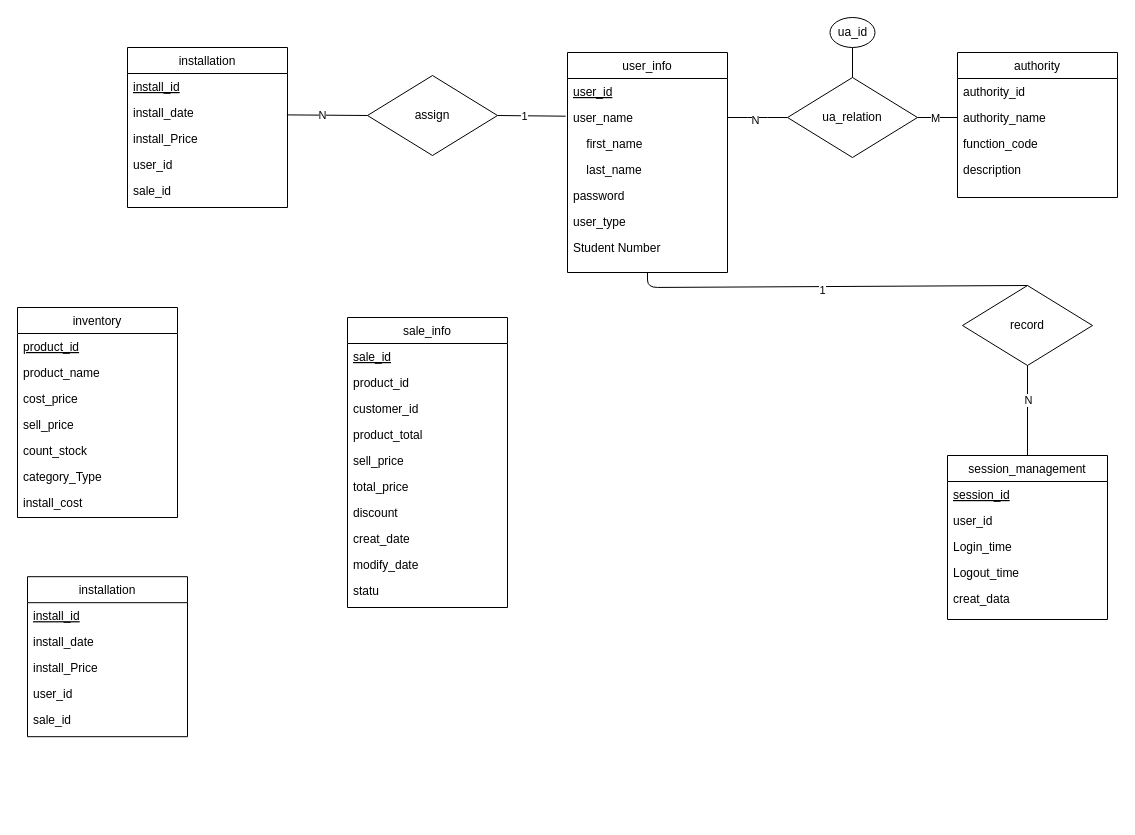
Above: Untitled Diagram.drawio in zjlqwe2/study (draw.io), before the change. Source tidied: cells renumbered, new cells numbered last; positions are measured from the earlier drawing's top-left corner, leaving out a move shared by most shapes. Both pictures are drawn from the tidied source at 100%, with x=0, y=0 at pixel (17, 17).
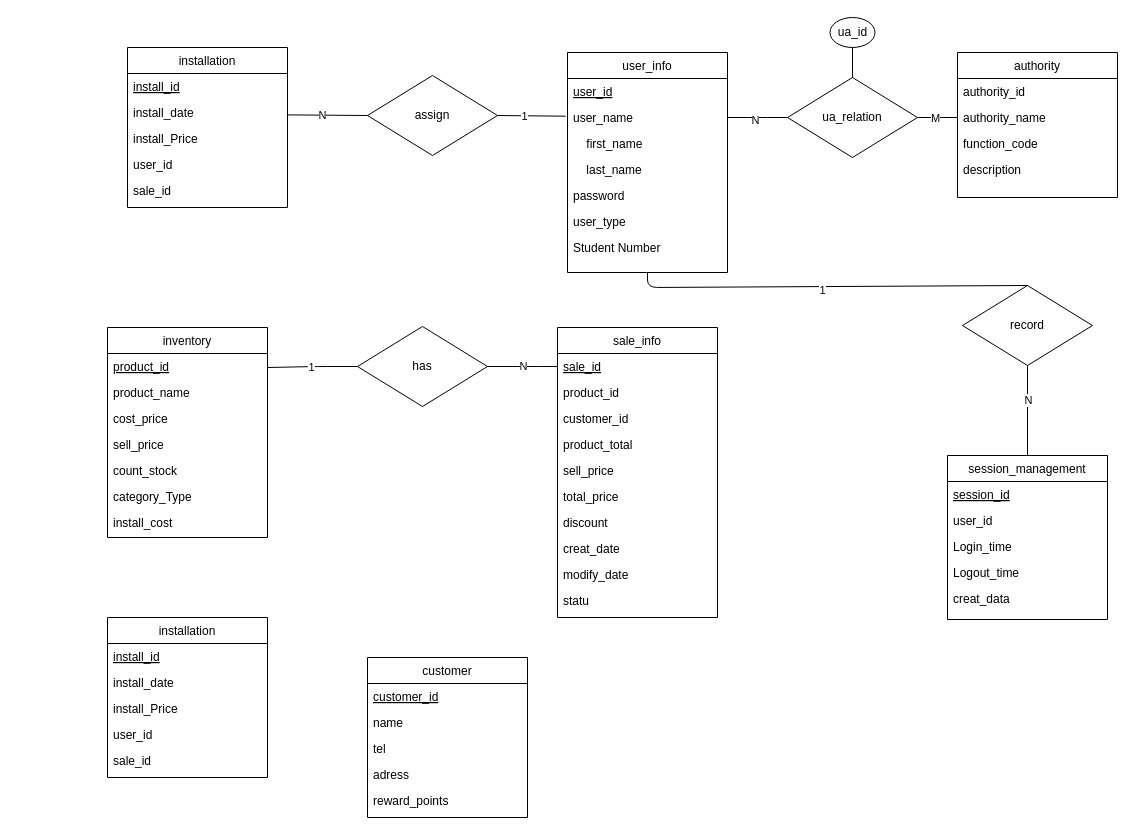
After the change.

Unchanged cells that the change refers to:
```xml
<mxCell id="45" value="sale_id" style="text;align=left;verticalAlign=top;spacingLeft=4;spacingRight=4;overflow=hidden;points=[[0,0.5],[1,0.5]];portConstraint=eastwest;fontStyle=4;" parent="44" vertex="1">
  <mxGeometry y="26" width="160" height="26" as="geometry" />
</mxCell>
```

Diff of the diagram source:
```diff
@@
     <mxCell id="44" value="sale_info" style="swimlane;fontStyle=0;align=center;verticalAlign=top;horizontal=1;startSize=26;rounded=0;shadow=0;strokeWidth=1;" parent="1" vertex="1">
-      <mxGeometry x="330" y="300" width="160" height="290" as="geometry" />
+      <mxGeometry x="540" y="310" width="160" height="290" as="geometry" />
     </mxCell>
@@
     <mxCell id="55" value="inventory" style="swimlane;fontStyle=0;align=center;verticalAlign=top;horizontal=1;startSize=26;rounded=0;shadow=0;strokeWidth=1;" parent="1" vertex="1">
-      <mxGeometry y="290" width="160" height="210" as="geometry" />
+      <mxGeometry x="90" y="310" width="160" height="210" as="geometry" />
     </mxCell>
@@
     <mxCell id="63" value="installation" style="swimlane;fontStyle=0;align=center;verticalAlign=top;horizontal=1;startSize=26;rounded=0;shadow=0;strokeWidth=1;" parent="1" vertex="1">
-      <mxGeometry x="10" y="559.2" width="160" height="160" as="geometry" />
+      <mxGeometry x="90" y="600" width="160" height="160" as="geometry" />
     </mxCell>
@@
+    <mxCell id="69" value="has" style="rhombus;whiteSpace=wrap;html=1;" parent="1" vertex="1">
+      <mxGeometry x="340" y="309" width="130" height="80" as="geometry" />
+    </mxCell>
+    <mxCell id="70" style="endArrow=none;html=1;rounded=1;strokeColor=default;exitX=1;exitY=0.5;exitDx=0;exitDy=0;entryX=0;entryY=0.5;entryDx=0;entryDy=0;" parent="1" edge="1" source="69" target="45">
+      <mxGeometry relative="1" as="geometry">
+        <Array as="points">
+          <mxPoint x="510" y="349" />
+        </Array>
+      </mxGeometry>
+    </mxCell>
+    <mxCell id="71" value="N" style="edgeLabel;html=1;align=center;verticalAlign=middle;" parent="70" vertex="1">
+      <mxGeometry x="-0.01" y="1" relative="1" as="geometry" />
+    </mxCell>
+    <mxCell id="72" style="endArrow=none;html=1;rounded=1;strokeColor=default;entryX=0;entryY=0.5;entryDx=0;entryDy=0;" parent="1" edge="1" target="69">
+      <mxGeometry relative="1" as="geometry">
+        <mxPoint x="250" y="350" as="sourcePoint" />
+        <Array as="points">
+          <mxPoint x="300" y="349" />
+        </Array>
+      </mxGeometry>
+    </mxCell>
+    <mxCell id="73" value="1" style="edgeLabel;html=1;align=center;verticalAlign=middle;" parent="72" vertex="1">
+      <mxGeometry x="-0.02" relative="1" as="geometry" />
+    </mxCell>
+    <mxCell id="74" value="customer" style="swimlane;fontStyle=0;align=center;verticalAlign=top;horizontal=1;startSize=26;rounded=0;shadow=0;strokeWidth=1;" parent="1" vertex="1">
+      <mxGeometry x="350" y="640" width="160" height="160" as="geometry" />
+    </mxCell>
+    <mxCell id="75" value="customer_id" style="text;align=left;verticalAlign=top;spacingLeft=4;spacingRight=4;overflow=hidden;fontStyle=4;" parent="74" vertex="1">
+      <mxGeometry y="26" width="160" height="26" as="geometry" />
+    </mxCell>
+    <mxCell id="76" value="name" style="text;align=left;verticalAlign=top;spacingLeft=4;spacingRight=4;overflow=hidden;rounded=0;shadow=0;html=0;" parent="74" vertex="1">
+      <mxGeometry y="52" width="160" height="26" as="geometry" />
+    </mxCell>
+    <mxCell id="77" value="tel" style="text;align=left;verticalAlign=top;spacingLeft=4;spacingRight=4;overflow=hidden;rounded=0;shadow=0;html=0;" parent="74" vertex="1">
+      <mxGeometry y="78" width="160" height="26" as="geometry" />
+    </mxCell>
+    <mxCell id="78" value="adress" style="text;align=left;verticalAlign=top;spacingLeft=4;spacingRight=4;overflow=hidden;rounded=0;shadow=0;html=0;" parent="74" vertex="1">
+      <mxGeometry y="104" width="160" height="26" as="geometry" />
+    </mxCell>
+    <mxCell id="79" value="reward_points" style="text;align=left;verticalAlign=top;spacingLeft=4;spacingRight=4;overflow=hidden;" parent="74" vertex="1">
+      <mxGeometry y="130" width="160" height="26" as="geometry" />
+    </mxCell>
```
